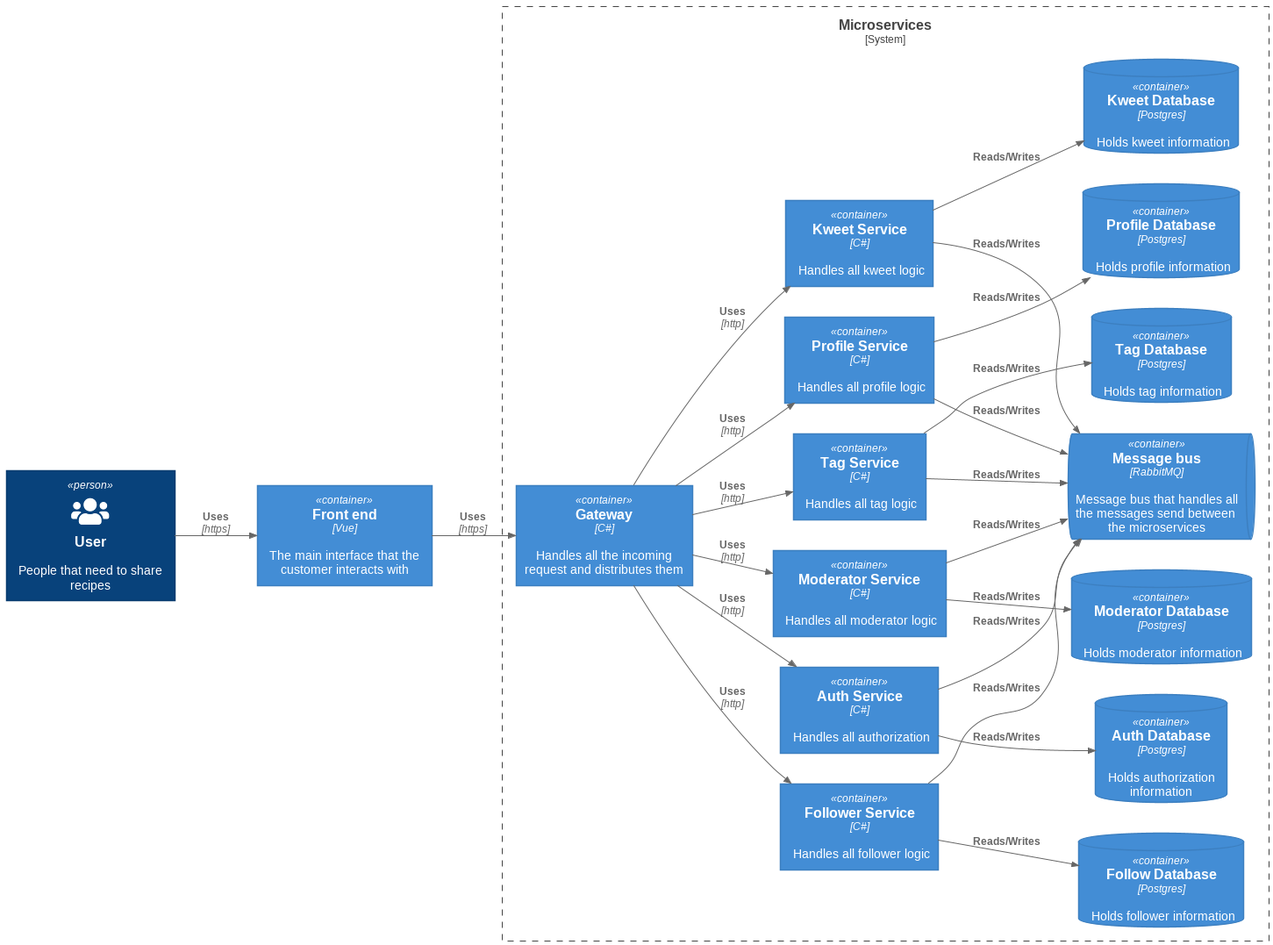
Earlier version of the PlantUML export Doc/C4-model-2.png (tobinstultiens/sharerecipe).
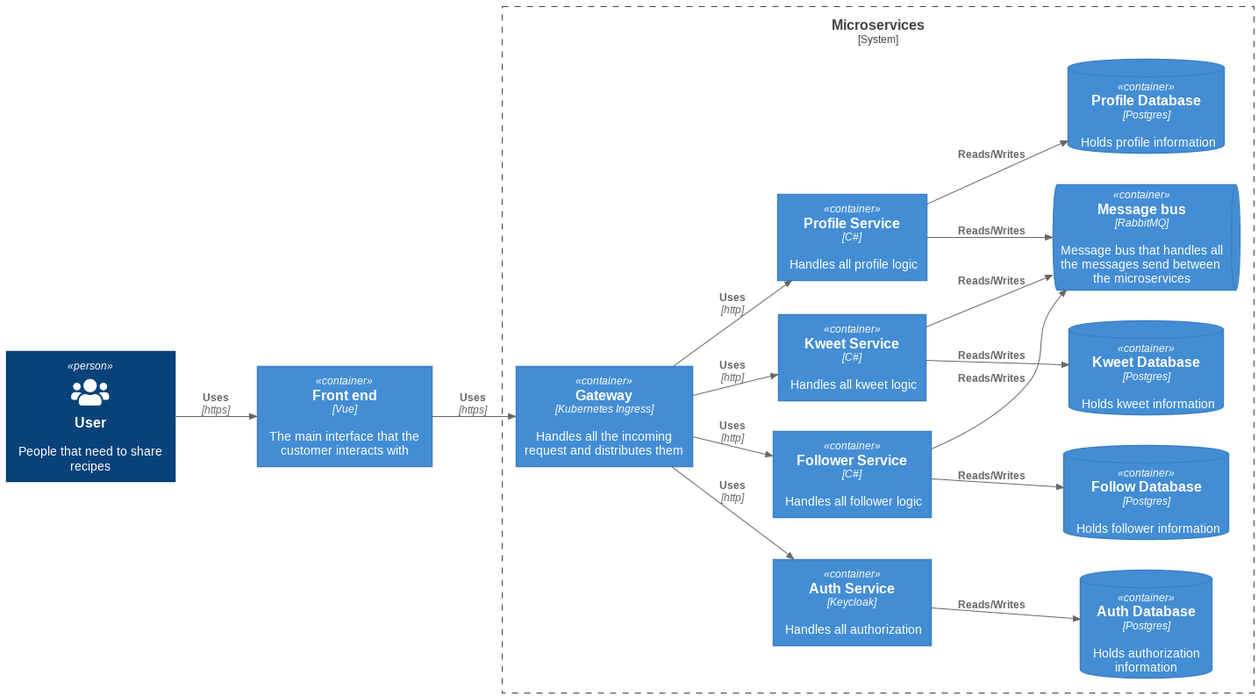
Above is the later version.

Change to the diagram source:
```diff
@@ -10,20 +10,16 @@
 Person(user, "User", "People that need to share recipes", "users")
 Container(spa, "Front end", "Vue", "The main interface that the customer interacts with")
 System_Boundary(c1, "Microservices") {
-  Container(gateway, "Gateway", "C#", "Handles all the incoming request and distributes them")
-  Container(authapi, "Auth Service", "C#", "Handles all authorization")
+  Container(gateway, "Gateway", "Kubernetes Ingress", "Handles all the incoming request and distributes them")
+  Container(authapi, "Auth Service", "Keycloak", "Handles all authorization")
   Container(followapi, "Follower Service", "C#", "Handles all follower logic")
-  Container(modapi, "Moderator Service", "C#", "Handles all moderator logic")
   Container(kweetapi, "Kweet Service", "C#", "Handles all kweet logic")
   Container(profileapi, "Profile Service", "C#", "Handles all profile logic")
-  Container(tagapi, "Tag Service", "C#", "Handles all tag logic")
 
   ContainerDb(authdb, " Auth Database", "Postgres", "Holds authorization information")
   ContainerDb(followdb, "Follow Database", "Postgres", "Holds follower information")
-  ContainerDb(moddb, "Moderator Database", "Postgres", "Holds moderator information")
   ContainerDb(kweetdb, "Kweet Database", "Postgres", "Holds kweet information")
   ContainerDb(profiledb, "Profile Database", "Postgres", "Holds profile information")
-  ContainerDb(tagdb, "Tag Database", "Postgres", "Holds tag information")
 
   ContainerQueue(rabbitmq, "Message bus", "RabbitMQ", "Message bus that handles all the messages send between the microservices")
 }
@@ -32,23 +28,16 @@
 
 Rel(gateway, authapi, "Uses", "http")
 Rel(gateway, followapi, "Uses", "http")
-Rel(gateway, modapi, "Uses", "http")
 Rel(gateway, kweetapi, "Uses", "http")
 Rel(gateway, profileapi, "Uses", "http")
-Rel(gateway, tagapi, "Uses", "http")
 
 Rel(authapi, authdb, "Reads/Writes")
 Rel(followapi, followdb, "Reads/Writes")
-Rel(modapi, moddb, "Reads/Writes")
 Rel(kweetapi, kweetdb, "Reads/Writes")
 Rel(profileapi, profiledb, "Reads/Writes")
-Rel(tagapi, tagdb, "Reads/Writes")
 
-Rel(authapi, rabbitmq, "Reads/Writes")
 Rel(followapi, rabbitmq, "Reads/Writes")
-Rel(modapi, rabbitmq, "Reads/Writes")
 Rel(kweetapi, rabbitmq, "Reads/Writes")
 Rel(profileapi, rabbitmq, "Reads/Writes")
-Rel(tagapi, rabbitmq, "Reads/Writes")
 Lay_R(authdb, rabbitmq)
 @enduml
```
